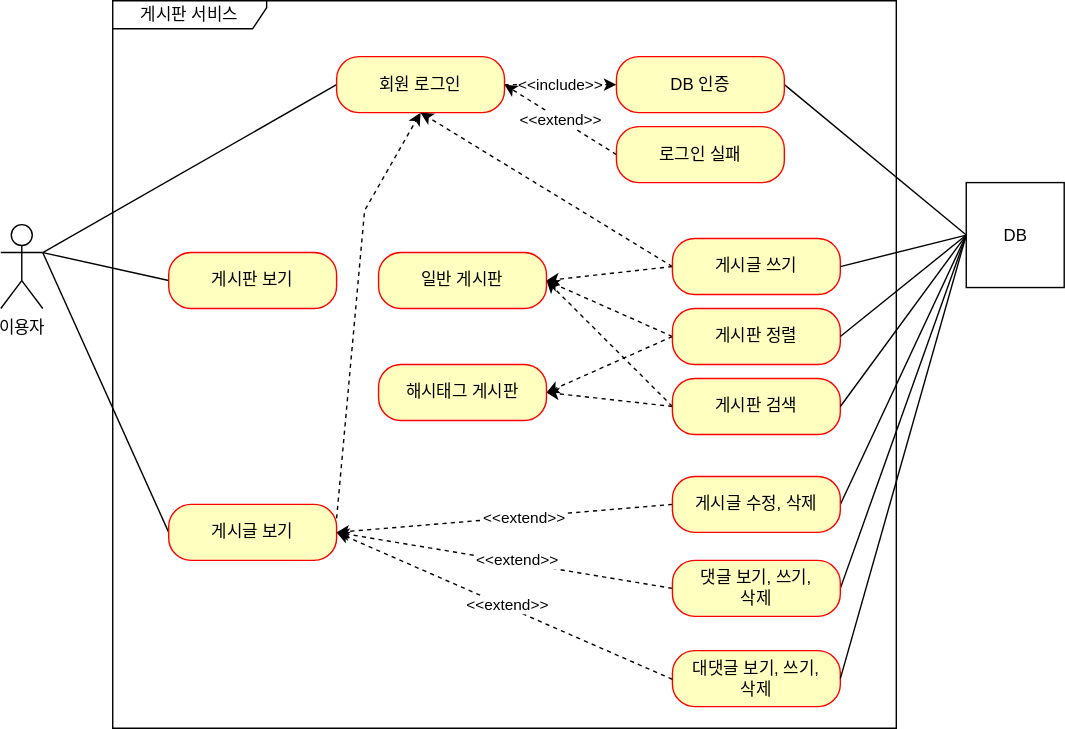
Jeong-Dong-gi/board-practice2 keeps this draw.io diagram as document/use-case.svg. Above is the earlier version. Source tidied: cells renumbered, new cells last; positions are measured from the earlier drawing's top-left corner, leaving out a move shared by most shapes.
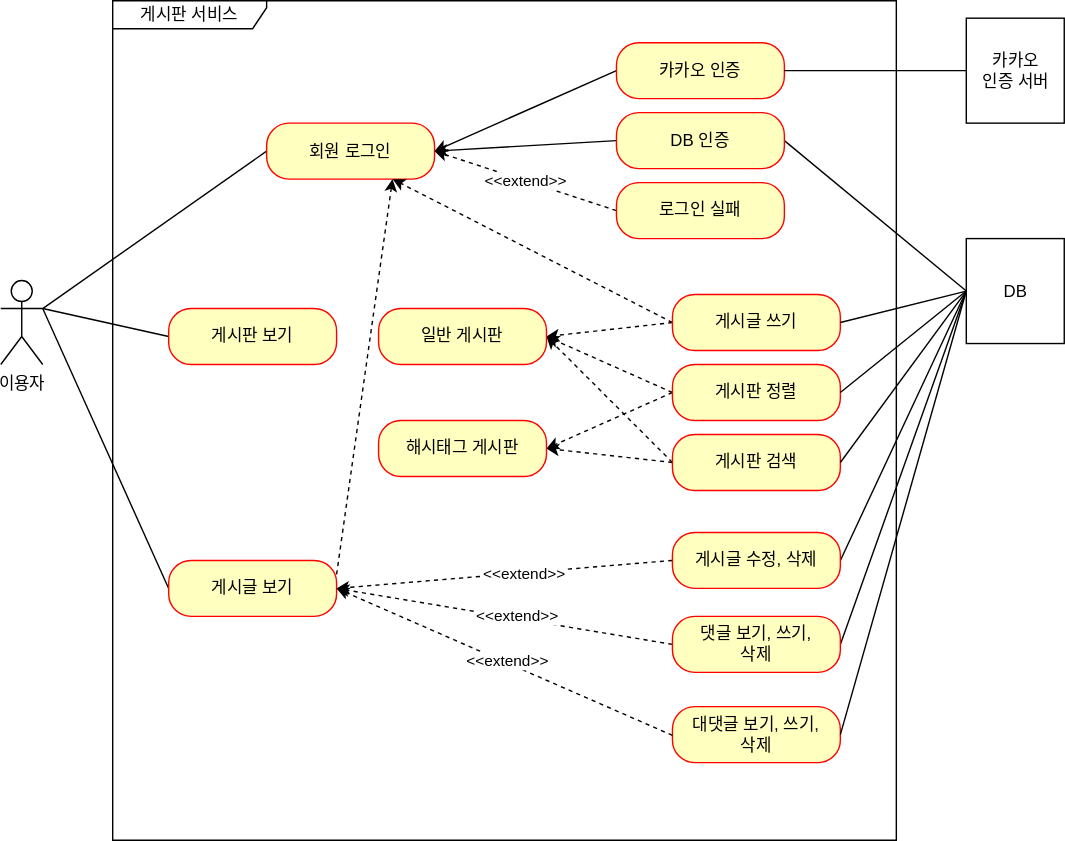
After the change.

Commit message:
#1 - use-case svg: 업데이트

What changed in the source:
```diff
@@ -6,7 +6,7 @@
       <mxGeometry y="160" width="30" height="60" as="geometry" />
     </mxCell>
     <mxCell id="3" value="게시판 서비스" style="shape=umlFrame;whiteSpace=wrap;html=1;width=110;height=20;" parent="1" vertex="1">
-      <mxGeometry x="80" width="560" height="520" as="geometry" />
+      <mxGeometry x="80" y="-40" width="560" height="600" as="geometry" />
     </mxCell>
     <mxCell id="4" style="edgeStyle=none;rounded=0;jettySize=auto;html=1;exitX=0;exitY=0.5;exitDx=0;exitDy=0;entryX=1;entryY=0.3333333333333333;entryDx=0;entryDy=0;entryPerimeter=0;endArrow=none;endFill=0;" parent="1" edge="1" source="5" target="2">
       <mxGeometry relative="1" as="geometry" />
@@ -19,13 +19,8 @@
         <mxPoint x="30" y="180" as="targetPoint" />
       </mxGeometry>
     </mxCell>
-    <mxCell id="7" style="edgeStyle=none;rounded=0;jettySize=auto;html=1;exitX=1;exitY=0.25;exitDx=0;exitDy=0;dashed=1;endArrow=classic;endFill=1;" parent="1" edge="1" source="8">
-      <mxGeometry relative="1" as="geometry">
-        <mxPoint x="300" y="80" as="targetPoint" />
-        <Array as="points">
-          <mxPoint x="260" y="150" />
-        </Array>
-      </mxGeometry>
+    <mxCell id="7" style="rounded=0;jettySize=auto;html=1;exitX=1;exitY=0.25;exitDx=0;exitDy=0;dashed=1;endArrow=classic;endFill=1;entryX=0.75;entryY=1;entryDx=0;entryDy=0;" parent="1" edge="1" source="8" target="11">
+      <mxGeometry relative="1" as="geometry" />
     </mxCell>
     <mxCell id="8" value="게시글 보기" style="rounded=1;whiteSpace=wrap;html=1;arcSize=40;fontColor=#000000;fillColor=#ffffc0;strokeColor=#ff0000;" parent="1" vertex="1">
       <mxGeometry x="120" y="360" width="120" height="40" as="geometry" />
@@ -35,15 +30,15 @@
         <mxPoint x="30" y="180" as="targetPoint" />
       </mxGeometry>
     </mxCell>
-    <mxCell id="10" value="&amp;lt;&amp;lt;include&amp;gt;&amp;gt;" style="edgeStyle=none;rounded=0;jettySize=auto;html=1;exitX=1;exitY=0.5;exitDx=0;exitDy=0;entryX=0;entryY=0.5;entryDx=0;entryDy=0;endArrow=classic;endFill=1;dashed=1;" parent="1" edge="1" source="11" target="13">
-      <mxGeometry relative="1" as="geometry" />
-    </mxCell>
     <mxCell id="11" value="회원 로그인" style="rounded=1;whiteSpace=wrap;html=1;arcSize=40;fontColor=#000000;fillColor=#ffffc0;strokeColor=#ff0000;" parent="1" vertex="1">
-      <mxGeometry x="240" y="40" width="120" height="40" as="geometry" />
+      <mxGeometry x="190" y="47.5" width="120" height="40" as="geometry" />
     </mxCell>
     <mxCell id="12" style="edgeStyle=none;rounded=0;jettySize=auto;html=1;exitX=1;exitY=0.5;exitDx=0;exitDy=0;entryX=0;entryY=0.5;entryDx=0;entryDy=0;endArrow=none;endFill=0;" parent="1" edge="1" source="13" target="31">
       <mxGeometry relative="1" as="geometry" />
     </mxCell>
+    <mxCell id="44" style="rounded=0;jettySize=auto;html=1;exitX=0;exitY=0.5;exitDx=0;exitDy=0;entryX=1;entryY=0.5;entryDx=0;entryDy=0;" parent="1" edge="1" source="13" target="11">
+      <mxGeometry relative="1" as="geometry" />
+    </mxCell>
     <mxCell id="13" value="DB 인증" style="rounded=1;whiteSpace=wrap;html=1;arcSize=40;fontColor=#000000;fillColor=#ffffc0;strokeColor=#ff0000;" parent="1" vertex="1">
       <mxGeometry x="440" y="40" width="120" height="40" as="geometry" />
     </mxCell>
@@ -126,10 +121,8 @@
     <mxCell id="37" style="rounded=0;jettySize=auto;html=1;exitX=0;exitY=0.5;exitDx=0;exitDy=0;entryX=1;entryY=0.5;entryDx=0;entryDy=0;dashed=1;" parent="1" edge="1" source="39" target="35">
       <mxGeometry relative="1" as="geometry" />
     </mxCell>
-    <mxCell id="38" style="rounded=0;jettySize=auto;html=1;exitX=0;exitY=0.5;exitDx=0;exitDy=0;dashed=1;" parent="1" edge="1" source="39">
-      <mxGeometry relative="1" as="geometry">
-        <mxPoint x="300" y="80" as="targetPoint" />
-      </mxGeometry>
+    <mxCell id="38" style="rounded=0;jettySize=auto;html=1;exitX=0;exitY=0.5;exitDx=0;exitDy=0;dashed=1;entryX=0.75;entryY=1;entryDx=0;entryDy=0;" parent="1" edge="1" source="39" target="11">
+      <mxGeometry relative="1" as="geometry" />
     </mxCell>
     <mxCell id="39" value="게시글 쓰기" style="rounded=1;whiteSpace=wrap;html=1;arcSize=40;fontColor=#000000;fillColor=#ffffc0;strokeColor=#ff0000;" parent="1" vertex="1">
       <mxGeometry x="480" y="170" width="120" height="40" as="geometry" />
@@ -148,5 +141,17 @@
     <mxCell id="43" style="endArrow=none;html=1;rounded=0;exitX=0;exitY=0.5;exitDx=0;exitDy=0;entryX=1;entryY=0.5;entryDx=0;entryDy=0;" parent="1" edge="1" source="31" target="32">
       <mxGeometry relative="1" as="geometry" />
     </mxCell>
+    <mxCell id="45" style="rounded=0;jettySize=auto;html=1;exitX=0;exitY=0.5;exitDx=0;exitDy=0;entryX=1;entryY=0.5;entryDx=0;entryDy=0;endArrow=classic;endFill=1;" parent="1" edge="1" source="46" target="11">
+      <mxGeometry relative="1" as="geometry" />
+    </mxCell>
+    <mxCell id="46" value="카카오 인증" style="rounded=1;whiteSpace=wrap;html=1;arcSize=40;fontColor=#000000;fillColor=#ffffc0;strokeColor=#ff0000;" parent="1" vertex="1">
+      <mxGeometry x="440" y="-10" width="120" height="40" as="geometry" />
+    </mxCell>
+    <mxCell id="47" style="edgeStyle=orthogonalEdgeStyle;rounded=0;jettySize=auto;html=1;exitX=0;exitY=0.5;exitDx=0;exitDy=0;entryX=1;entryY=0.5;entryDx=0;entryDy=0;endArrow=none;endFill=0;" parent="1" edge="1" source="48" target="46">
+      <mxGeometry relative="1" as="geometry" />
+    </mxCell>
+    <mxCell id="48" value="카카오&lt;div&gt;인증 서버&lt;/div&gt;" style="html=1;" parent="1" vertex="1">
+      <mxGeometry x="690" y="-27.5" width="70" height="75" as="geometry" />
+    </mxCell>
   </root>
 </mxGraphModel>
```
